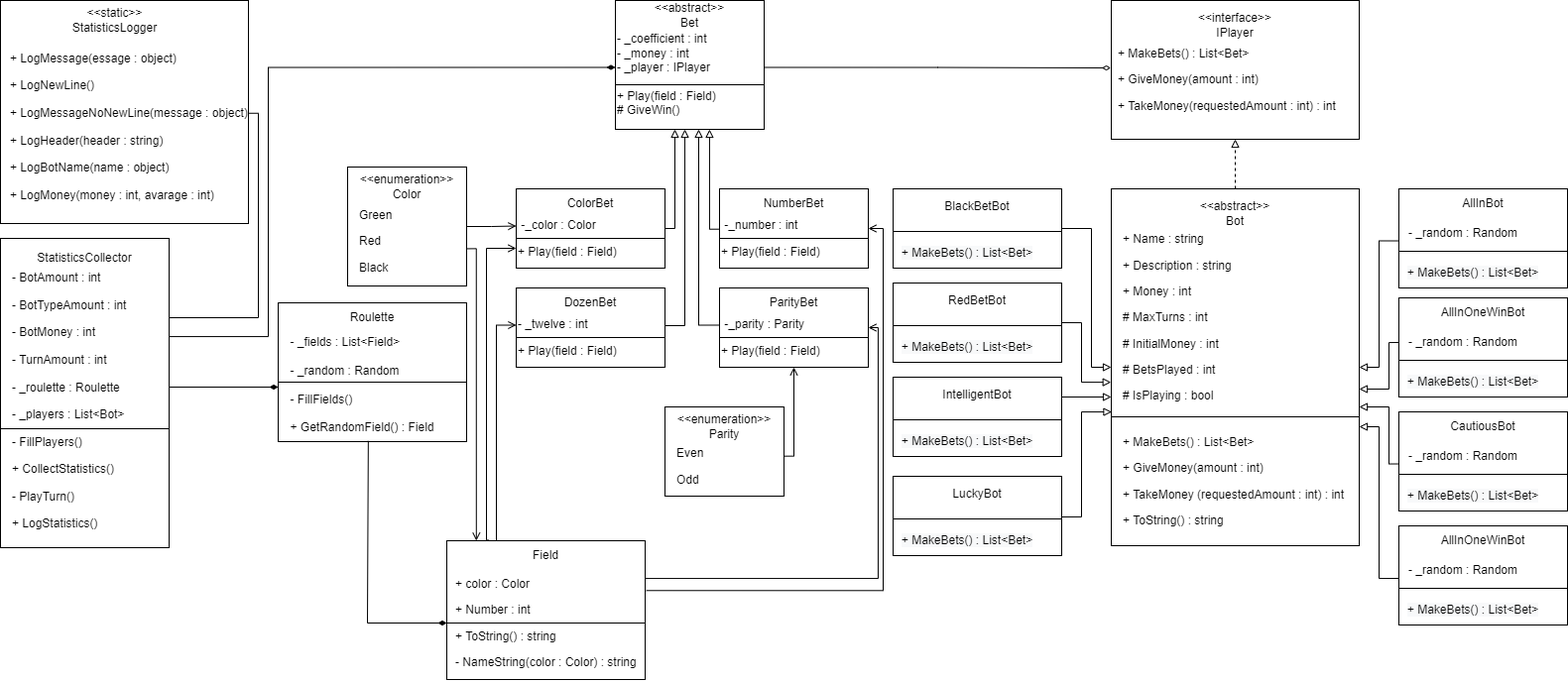
The draw.io diagram Arthur Alekseev/Term 2/Task 2.1/Roulette/Roulette Class Diagram.png in Stanislav-Sartasov/spsu-mm-se-programming, before a commit. Source tidied: cells renumbered, new cells last; positions are measured from the earlier drawing's top-left corner, leaving out a move shared by most shapes.
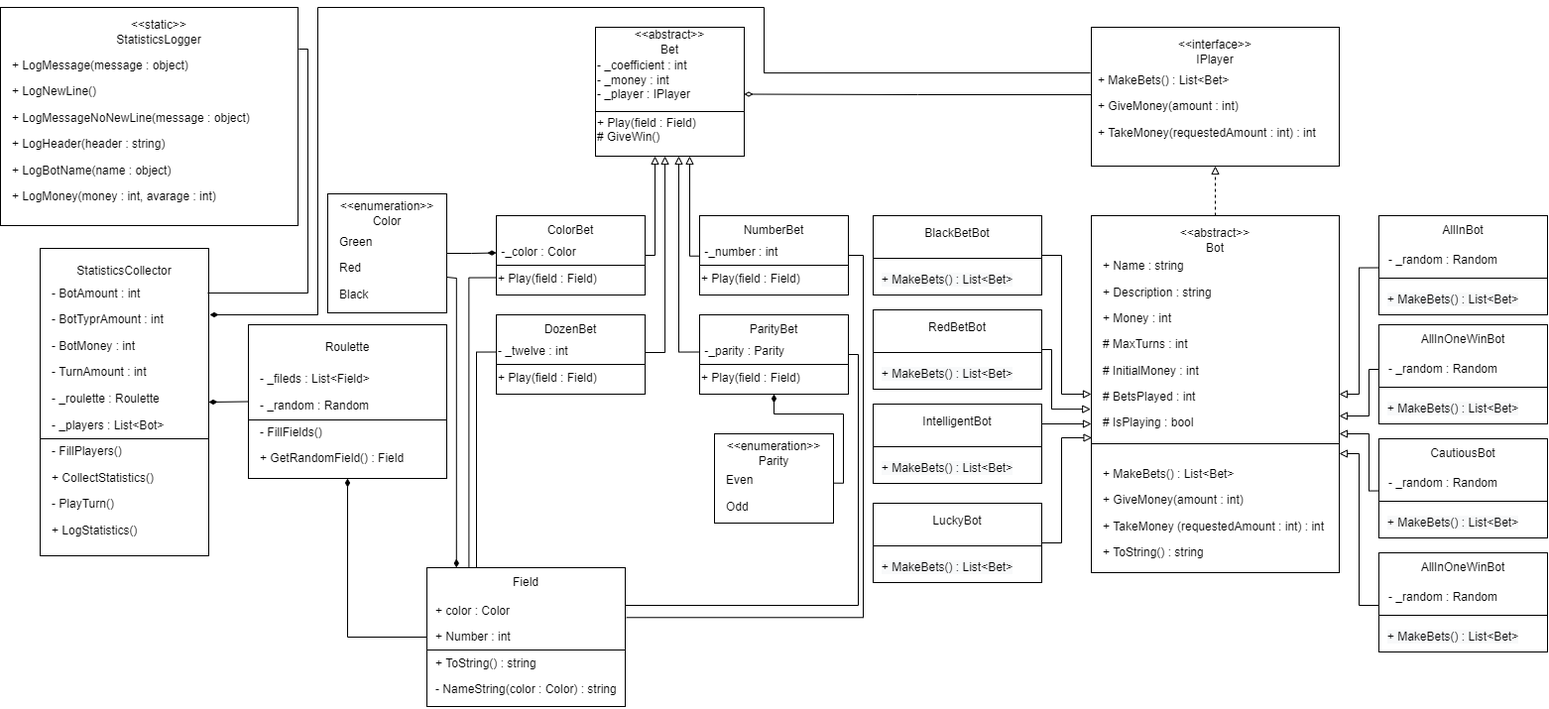
After the commit.

Commit message:
Changed class diagram

The edit, as a diff of the source:
```diff
@@ -23,3 +23,3 @@
     <mxCell id="8" value="&lt;p style=&quot;line-height: 1.2&quot;&gt;+ MakeBets() : List&amp;lt;Bet&amp;gt;&lt;/p&gt;&lt;p style=&quot;line-height: 1.2&quot;&gt;+ GiveMoney(amount : int)&lt;/p&gt;&lt;p style=&quot;line-height: 1.2&quot;&gt;+ TakeMoney (requestedAmount : int) : int&lt;/p&gt;&lt;p style=&quot;line-height: 1.2&quot;&gt;+ ToString() : string&lt;/p&gt;" style="text;html=1;strokeColor=none;fillColor=none;align=left;verticalAlign=middle;whiteSpace=wrap;rounded=0;" parent="1" vertex="1">
-      <mxGeometry x="1130" y="425" width="230" height="120" as="geometry" />
+      <mxGeometry x="1130" y="400" width="230" height="180" as="geometry" />
     </mxCell>
@@ -170,4 +170,4 @@
         <Array as="points">
-          <mxPoint x="1100" y="230" />
-          <mxPoint x="1100" y="370" />
+          <mxPoint x="1090" y="230" />
+          <mxPoint x="1090" y="370" />
         </Array>
@@ -175,7 +175,7 @@
     </mxCell>
-    <mxCell id="52" style="endArrow=block;html=1;rounded=0;exitX=1;exitY=0.5;exitDx=0;exitDy=0;entryX=-0.001;entryY=0.542;entryDx=0;entryDy=0;entryPerimeter=0;edgeStyle=orthogonalEdgeStyle;endFill=0;" parent="1" edge="1" source="39" target="5">
+    <mxCell id="52" style="endArrow=block;html=1;rounded=0;exitX=1;exitY=0.5;exitDx=0;exitDy=0;entryX=-0.003;entryY=0.542;entryDx=0;entryDy=0;entryPerimeter=0;edgeStyle=orthogonalEdgeStyle;endFill=0;" parent="1" edge="1" source="39" target="5">
       <mxGeometry relative="1" as="geometry">
         <Array as="points">
-          <mxPoint x="1090" y="325" />
-          <mxPoint x="1090" y="385" />
+          <mxPoint x="1080" y="325" />
+          <mxPoint x="1080" y="385" />
         </Array>
@@ -191,10 +191,8 @@
     </mxCell>
-    <mxCell id="54" style="endArrow=block;html=1;rounded=0;exitX=1;exitY=0.5;exitDx=0;exitDy=0;edgeStyle=orthogonalEdgeStyle;endFill=0;entryX=0.002;entryY=0.621;entryDx=0;entryDy=0;entryPerimeter=0;" parent="1" edge="1">
+    <mxCell id="54" style="endArrow=block;html=1;rounded=0;exitX=1;exitY=0.5;exitDx=0;exitDy=0;edgeStyle=orthogonalEdgeStyle;endFill=0;entryX=0.002;entryY=0.621;entryDx=0;entryDy=0;entryPerimeter=0;" parent="1" edge="1" source="47" target="5">
       <mxGeometry relative="1" as="geometry">
-        <mxPoint x="1070" y="521" as="sourcePoint" />
-        <mxPoint x="1120.5" y="414.6" as="targetPoint" />
         <Array as="points">
-          <mxPoint x="1090" y="521" />
-          <mxPoint x="1090" y="415" />
-          <mxPoint x="1121" y="415" />
+          <mxPoint x="1090" y="520" />
+          <mxPoint x="1090" y="414" />
+          <mxPoint x="1121" y="414" />
         </Array>
@@ -294,3 +292,3 @@
     </mxCell>
-    <mxCell id="79" style="endArrow=diamondThin;html=1;rounded=0;exitX=1;exitY=0.25;exitDx=0;exitDy=0;edgeStyle=orthogonalEdgeStyle;endFill=0;strokeColor=default;entryX=-0.002;entryY=0.486;entryDx=0;entryDy=0;entryPerimeter=0;" parent="1" edge="1" source="57" target="2">
+    <mxCell id="79" style="endArrow=diamondThin;html=1;rounded=0;exitX=-0.002;exitY=0.486;exitDx=0;exitDy=0;edgeStyle=orthogonalEdgeStyle;endFill=0;strokeColor=default;entryX=1;entryY=0.25;entryDx=0;entryDy=0;exitPerimeter=0;" parent="1" edge="1" source="2" target="57">
       <mxGeometry relative="1" as="geometry" />
@@ -307,14 +305,14 @@
     <mxCell id="83" style="rounded=0;whiteSpace=wrap;html=1;" parent="1" vertex="1">
-      <mxGeometry x="670" y="410" width="120" height="90" as="geometry" />
+      <mxGeometry x="740" y="410" width="120" height="90" as="geometry" />
     </mxCell>
     <mxCell id="84" value="&amp;lt;&amp;lt;enumeration&amp;gt;&amp;gt;&lt;br&gt;Parity" style="text;html=1;strokeColor=none;fillColor=none;align=center;verticalAlign=middle;whiteSpace=wrap;rounded=0;" parent="1" vertex="1">
-      <mxGeometry x="690" y="415" width="80" height="30" as="geometry" />
+      <mxGeometry x="760" y="415" width="80" height="30" as="geometry" />
     </mxCell>
     <mxCell id="85" value="&lt;p style=&quot;line-height: 1.2&quot;&gt;Even&lt;/p&gt;&lt;p style=&quot;line-height: 1.2&quot;&gt;Odd&lt;/p&gt;" style="text;html=1;strokeColor=none;fillColor=none;align=left;verticalAlign=middle;whiteSpace=wrap;rounded=0;" parent="1" vertex="1">
-      <mxGeometry x="680" y="455" width="100" height="30" as="geometry" />
+      <mxGeometry x="750" y="455" width="100" height="30" as="geometry" />
     </mxCell>
-    <mxCell id="86" style="endArrow=open;html=1;rounded=0;strokeColor=default;exitX=1;exitY=0.5;exitDx=0;exitDy=0;entryX=0;entryY=0.25;entryDx=0;entryDy=0;endFill=0;edgeStyle=orthogonalEdgeStyle;" parent="1" edge="1" source="80" target="60">
+    <mxCell id="86" style="endArrow=diamondThin;html=1;rounded=0;strokeColor=default;exitX=1;exitY=0.5;exitDx=0;exitDy=0;entryX=0;entryY=0.25;entryDx=0;entryDy=0;endFill=1;edgeStyle=orthogonalEdgeStyle;" parent="1" edge="1" source="80" target="60">
       <mxGeometry relative="1" as="geometry" />
     </mxCell>
-    <mxCell id="87" style="endArrow=open;html=1;rounded=0;strokeColor=default;exitX=0.997;exitY=0.552;exitDx=0;exitDy=0;exitPerimeter=0;entryX=0.5;entryY=1;entryDx=0;entryDy=0;edgeStyle=orthogonalEdgeStyle;endFill=0;" parent="1" edge="1" source="83" target="71">
+    <mxCell id="87" style="endArrow=diamondThin;html=1;rounded=0;strokeColor=default;exitX=0.997;exitY=0.552;exitDx=0;exitDy=0;exitPerimeter=0;entryX=0.5;entryY=1;entryDx=0;entryDy=0;edgeStyle=orthogonalEdgeStyle;endFill=1;" parent="1" edge="1" source="83" target="71">
       <mxGeometry relative="1" as="geometry" />
@@ -333,6 +331,7 @@
     </mxCell>
-    <mxCell id="92" style="endArrow=open;html=1;rounded=0;strokeColor=default;exitX=0.996;exitY=0.687;exitDx=0;exitDy=0;exitPerimeter=0;edgeStyle=orthogonalEdgeStyle;endFill=0;entryX=0.149;entryY=0;entryDx=0;entryDy=0;entryPerimeter=0;" parent="1" edge="1" source="80" target="88">
+    <mxCell id="92" style="endArrow=diamondThin;html=1;rounded=0;strokeColor=default;exitX=0.997;exitY=0.7;exitDx=0;exitDy=0;exitPerimeter=0;edgeStyle=orthogonalEdgeStyle;endFill=1;entryX=0.149;entryY=0;entryDx=0;entryDy=0;entryPerimeter=0;" parent="1" edge="1" source="80" target="88">
       <mxGeometry relative="1" as="geometry">
         <Array as="points">
-          <mxPoint x="480" y="250" />
+          <mxPoint x="470" y="253" />
+          <mxPoint x="480" y="253" />
         </Array>
@@ -340,16 +339,9 @@
     </mxCell>
-    <mxCell id="93" style="endArrow=open;html=1;rounded=0;strokeColor=default;exitX=0.212;exitY=-0.004;exitDx=0;exitDy=0;exitPerimeter=0;endFill=0;edgeStyle=orthogonalEdgeStyle;" parent="1" edge="1" source="88">
-      <mxGeometry relative="1" as="geometry">
-        <mxPoint x="520" y="250" as="targetPoint" />
-        <Array as="points">
-          <mxPoint x="490" y="544" />
-          <mxPoint x="490" y="250" />
-          <mxPoint x="520" y="250" />
-        </Array>
-      </mxGeometry>
+    <mxCell id="93" style="endArrow=none;html=1;rounded=0;strokeColor=default;entryX=0;entryY=0.75;entryDx=0;entryDy=0;exitX=0.212;exitY=-0.004;exitDx=0;exitDy=0;exitPerimeter=0;endFill=0;edgeStyle=orthogonalEdgeStyle;" parent="1" edge="1" source="88" target="60">
+      <mxGeometry relative="1" as="geometry" />
     </mxCell>
-    <mxCell id="94" style="endArrow=open;html=1;rounded=0;strokeColor=default;exitX=0.25;exitY=0;exitDx=0;exitDy=0;entryX=0;entryY=0.25;entryDx=0;entryDy=0;endFill=0;edgeStyle=orthogonalEdgeStyle;" parent="1" edge="1" source="88" target="64">
+    <mxCell id="94" style="endArrow=none;html=1;rounded=0;strokeColor=default;exitX=0.25;exitY=0;exitDx=0;exitDy=0;entryX=0;entryY=0.25;entryDx=0;entryDy=0;endFill=0;edgeStyle=orthogonalEdgeStyle;" parent="1" edge="1" source="88" target="64">
       <mxGeometry relative="1" as="geometry" />
     </mxCell>
-    <mxCell id="95" style="endArrow=open;html=1;rounded=0;strokeColor=default;entryX=1;entryY=0.5;entryDx=0;entryDy=0;exitX=1.006;exitY=0.359;exitDx=0;exitDy=0;exitPerimeter=0;edgeStyle=orthogonalEdgeStyle;endFill=0;" parent="1" edge="1" source="88" target="67">
+    <mxCell id="95" style="endArrow=none;html=1;rounded=0;strokeColor=default;entryX=1;entryY=0.5;entryDx=0;entryDy=0;exitX=1.006;exitY=0.359;exitDx=0;exitDy=0;exitPerimeter=0;edgeStyle=orthogonalEdgeStyle;endFill=0;" parent="1" edge="1" source="88" target="67">
       <mxGeometry relative="1" as="geometry">
@@ -361,3 +353,3 @@
     </mxCell>
-    <mxCell id="96" style="endArrow=open;html=1;rounded=0;strokeColor=default;entryX=1;entryY=0.5;entryDx=0;entryDy=0;edgeStyle=orthogonalEdgeStyle;endFill=0;exitX=1;exitY=0.25;exitDx=0;exitDy=0;" parent="1" edge="1" source="88" target="71">
+    <mxCell id="96" style="endArrow=none;html=1;rounded=0;strokeColor=default;entryX=1;entryY=0.5;entryDx=0;entryDy=0;edgeStyle=orthogonalEdgeStyle;endFill=0;exitX=1;exitY=0.25;exitDx=0;exitDy=0;" parent="1" edge="1" source="88" target="71">
       <mxGeometry relative="1" as="geometry">
@@ -370,70 +362,54 @@
     </mxCell>
-    <mxCell id="97" style="rounded=0;whiteSpace=wrap;html=1;" parent="1" vertex="1">
-      <mxGeometry x="280" y="305" width="190" height="140" as="geometry" />
-    </mxCell>
+    <mxCell id="112" style="rounded=0;whiteSpace=wrap;html=1;" parent="1" vertex="1">
+      <mxGeometry x="60" y="223" width="170" height="310" as="geometry" />
+    </mxCell>
+    <mxCell id="103" value="StatisticsCollector" style="text;html=1;strokeColor=none;fillColor=none;align=center;verticalAlign=middle;whiteSpace=wrap;rounded=0;" parent="1" vertex="1">
+      <mxGeometry x="115" y="231" width="60" height="30" as="geometry" />
+    </mxCell>
+    <mxCell id="113" value="&lt;p style=&quot;line-height: 1.21&quot;&gt;- BotAmount : int&lt;/p&gt;&lt;p style=&quot;line-height: 1.21&quot;&gt;- BotTyprAmount : int&lt;/p&gt;&lt;p style=&quot;line-height: 1.21&quot;&gt;- BotMoney : int&lt;/p&gt;&lt;p style=&quot;line-height: 1.21&quot;&gt;- TurnAmount : int&lt;/p&gt;&lt;p style=&quot;line-height: 1.21&quot;&gt;- _roulette : Roulette&lt;/p&gt;&lt;p style=&quot;line-height: 1.21&quot;&gt;- _players : List&amp;lt;Bot&amp;gt;&lt;/p&gt;&lt;p style=&quot;line-height: 1.21&quot;&gt;- FillPlayers()&lt;/p&gt;&lt;p style=&quot;line-height: 1.21&quot;&gt;+ CollectStatistics()&lt;/p&gt;&lt;p style=&quot;line-height: 1.21&quot;&gt;- PlayTurn()&lt;/p&gt;&lt;p style=&quot;line-height: 1.21&quot;&gt;+ LogStatistics()&lt;/p&gt;" style="text;html=1;strokeColor=none;fillColor=none;align=left;verticalAlign=middle;whiteSpace=wrap;rounded=0;" parent="1" vertex="1">
+      <mxGeometry x="70" y="273" width="150" height="230" as="geometry" />
+    </mxCell>
+    <mxCell id="114" style="shape=crossbar;whiteSpace=wrap;html=1;rounded=1;" parent="1" vertex="1">
+      <mxGeometry x="60" y="405" width="170" height="20" as="geometry" />
+    </mxCell>
+    <mxCell id="115" style="rounded=0;whiteSpace=wrap;html=1;" parent="1" vertex="1">
+      <mxGeometry x="270" y="300" width="200" height="155" as="geometry" />
+    </mxCell>
     <mxCell id="98" value="Roulette" style="text;html=1;strokeColor=none;fillColor=none;align=center;verticalAlign=middle;whiteSpace=wrap;rounded=0;" parent="1" vertex="1">
-      <mxGeometry x="345" y="305" width="60" height="30" as="geometry" />
+      <mxGeometry x="340" y="308" width="60" height="30" as="geometry" />
     </mxCell>
-    <mxCell id="99" value="&lt;p style=&quot;line-height: 1.2&quot;&gt;&lt;/p&gt;&lt;div style=&quot;text-align: left&quot;&gt;&lt;span&gt;- _fields : List&amp;lt;Field&amp;gt;&lt;/span&gt;&lt;/div&gt;&lt;div style=&quot;text-align: left&quot;&gt;&lt;span&gt;&lt;br&gt;&lt;/span&gt;&lt;/div&gt;&lt;div style=&quot;text-align: left&quot;&gt;&lt;span&gt;- _random : Random&lt;/span&gt;&lt;/div&gt;&lt;div style=&quot;text-align: left&quot;&gt;&lt;span&gt;&lt;br&gt;&lt;/span&gt;&lt;/div&gt;&lt;div style=&quot;text-align: left&quot;&gt;&lt;span&gt;- FillFields()&lt;/span&gt;&lt;/div&gt;&lt;div style=&quot;text-align: left&quot;&gt;&lt;span&gt;&lt;br&gt;&lt;/span&gt;&lt;/div&gt;&lt;div style=&quot;text-align: left&quot;&gt;&lt;span&gt;+ GetRandomField() : Field&lt;/span&gt;&lt;/div&gt;&lt;div style=&quot;text-align: left&quot;&gt;&lt;span&gt;&lt;br&gt;&lt;/span&gt;&lt;/div&gt;&lt;p&gt;&lt;/p&gt;" style="text;html=1;strokeColor=none;fillColor=none;align=center;verticalAlign=middle;whiteSpace=wrap;rounded=0;" parent="1" vertex="1">
-      <mxGeometry x="290" y="345" width="150" height="100" as="geometry" />
-    </mxCell>
-    <mxCell id="100" style="shape=crossbar;whiteSpace=wrap;html=1;rounded=1;" parent="1" vertex="1">
-      <mxGeometry x="280" y="375" width="190" height="20" as="geometry" />
-    </mxCell>
-    <mxCell id="101" style="endArrow=diamondThin;html=1;rounded=0;strokeColor=default;exitX=0.539;exitY=0.993;exitDx=0;exitDy=0;exitPerimeter=0;entryX=0;entryY=0.5;entryDx=0;entryDy=0;entryPerimeter=0;endFill=1;edgeStyle=elbowEdgeStyle;" parent="1" edge="1" source="99" target="91">
-      <mxGeometry relative="1" as="geometry">
-        <Array as="points">
-          <mxPoint x="370" y="540" />
-          <mxPoint x="310" y="560" />
-        </Array>
-      </mxGeometry>
-    </mxCell>
-    <mxCell id="102" style="rounded=0;whiteSpace=wrap;html=1;" parent="1" vertex="1">
-      <mxGeometry y="240" width="170" height="312" as="geometry" />
-    </mxCell>
-    <mxCell id="103" value="StatisticsCollector" style="text;html=1;strokeColor=none;fillColor=none;align=center;verticalAlign=middle;whiteSpace=wrap;rounded=0;" parent="1" vertex="1">
-      <mxGeometry x="55" y="245" width="60" height="30" as="geometry" />
-    </mxCell>
-    <mxCell id="104" value="&lt;p style=&quot;line-height: 1.3&quot;&gt;&lt;br&gt;- BotAmount : int&lt;/p&gt;&lt;p style=&quot;line-height: 1.3&quot;&gt;- BotTypeAmount : int&lt;/p&gt;&lt;p style=&quot;line-height: 1.3&quot;&gt;- BotMoney : int&lt;/p&gt;&lt;p style=&quot;line-height: 1.3&quot;&gt;- TurnAmount : int&lt;/p&gt;&lt;p style=&quot;line-height: 1.3&quot;&gt;- _roulette : Roulette&lt;/p&gt;&lt;p style=&quot;line-height: 1.3&quot;&gt;- _players : List&amp;lt;Bot&amp;gt;&lt;/p&gt;&lt;p style=&quot;line-height: 1.3&quot;&gt;- FillPlayers()&lt;/p&gt;&lt;p style=&quot;line-height: 1.3&quot;&gt;+ CollectStatistics()&lt;/p&gt;&lt;p style=&quot;line-height: 1.3&quot;&gt;- PlayTurn()&lt;/p&gt;&lt;p style=&quot;line-height: 1.3&quot;&gt;+ LogStatistics()&lt;/p&gt;&lt;p style=&quot;line-height: 1.2&quot;&gt;&lt;br&gt;&lt;/p&gt;" style="text;html=1;strokeColor=none;fillColor=none;align=left;verticalAlign=middle;whiteSpace=wrap;rounded=0;" parent="1" vertex="1">
-      <mxGeometry x="10" y="315" width="160" height="190" as="geometry" />
-    </mxCell>
-    <mxCell id="105" style="shape=crossbar;whiteSpace=wrap;html=1;rounded=1;" parent="1" vertex="1">
-      <mxGeometry y="422" width="170" height="20" as="geometry" />
-    </mxCell>
-    <mxCell id="106" style="rounded=0;whiteSpace=wrap;html=1;" parent="1" vertex="1">
-      <mxGeometry width="250" height="225" as="geometry" />
-    </mxCell>
+    <mxCell id="116" value="&lt;p style=&quot;line-height: 1.21&quot;&gt;- _fileds : List&amp;lt;Field&amp;gt;&lt;/p&gt;&lt;p style=&quot;line-height: 1.21&quot;&gt;- _random : Random&lt;/p&gt;&lt;p style=&quot;line-height: 1.21&quot;&gt;- FillFields()&lt;/p&gt;&lt;p style=&quot;line-height: 1.21&quot;&gt;+ GetRandomField() : Field&lt;/p&gt;" style="text;html=1;strokeColor=none;fillColor=none;align=left;verticalAlign=middle;whiteSpace=wrap;rounded=0;" parent="1" vertex="1">
+      <mxGeometry x="280" y="340" width="180" height="110" as="geometry" />
+    </mxCell>
+    <mxCell id="117" style="shape=crossbar;whiteSpace=wrap;html=1;rounded=1;" parent="1" vertex="1">
+      <mxGeometry x="270" y="386" width="200" height="20" as="geometry" />
+    </mxCell>
+    <mxCell id="118" style="rounded=0;whiteSpace=wrap;html=1;" parent="1" vertex="1">
+      <mxGeometry x="20" y="-20" width="300" height="220" as="geometry" />
+    </mxCell>
+    <mxCell id="119" value="&lt;p style=&quot;line-height: 1.21&quot;&gt;+ LogMessage(message : object)&lt;/p&gt;&lt;p style=&quot;line-height: 1.21&quot;&gt;+ LogNewLine()&lt;/p&gt;&lt;p style=&quot;line-height: 1.21&quot;&gt;+ LogMessageNoNewLine(message : object)&lt;/p&gt;&lt;p style=&quot;line-height: 1.21&quot;&gt;+ LogHeader(header : string)&lt;/p&gt;&lt;p style=&quot;line-height: 1.21&quot;&gt;+ LogBotName(name : object)&lt;/p&gt;&lt;p style=&quot;line-height: 1.21&quot;&gt;+ LogMoney(money : int, avarage : int)&lt;/p&gt;&lt;p style=&quot;line-height: 1.21&quot;&gt;&lt;br&gt;&lt;/p&gt;" style="text;html=1;strokeColor=none;fillColor=none;align=left;verticalAlign=middle;whiteSpace=wrap;rounded=0;" parent="1" vertex="1">
+      <mxGeometry x="30" y="45" width="280" height="145" as="geometry" />
+    </mxCell>
     <mxCell id="107" value="&amp;lt;&amp;lt;static&amp;gt;&amp;gt;&lt;br&gt;StatisticsLogger" style="text;html=1;strokeColor=none;fillColor=none;align=center;verticalAlign=middle;whiteSpace=wrap;rounded=0;" parent="1" vertex="1">
-      <mxGeometry x="30" width="171" height="40" as="geometry" />
+      <mxGeometry x="70" y="-10" width="220" height="30" as="geometry" />
     </mxCell>
-    <mxCell id="108" value="&lt;p style=&quot;line-height: 1.3&quot;&gt;&lt;span&gt;+ LogMessage(essage : object)&lt;/span&gt;&lt;br&gt;&lt;/p&gt;&lt;p style=&quot;line-height: 1.3&quot;&gt;&lt;span&gt;+ LogNewLine()&lt;/span&gt;&lt;/p&gt;&lt;p style=&quot;line-height: 1.3&quot;&gt;&lt;span&gt;+ LogMessageNoNewLine(message : object)&lt;/span&gt;&lt;/p&gt;&lt;p style=&quot;line-height: 1.3&quot;&gt;&lt;span&gt;+ LogHeader(header : string)&lt;/span&gt;&lt;/p&gt;&lt;p style=&quot;line-height: 1.3&quot;&gt;&lt;span&gt;+ LogBotName(name : object)&lt;/span&gt;&lt;/p&gt;&lt;p style=&quot;line-height: 1.3&quot;&gt;&lt;span&gt;+ LogMoney(money : int, avarage : int)&lt;/span&gt;&lt;/p&gt;" style="text;html=1;strokeColor=none;fillColor=none;align=left;verticalAlign=middle;whiteSpace=wrap;rounded=0;" parent="1" vertex="1">
-      <mxGeometry x="8" y="100" width="242" height="55" as="geometry" />
-    </mxCell>
-    <mxCell id="109" style="endArrow=none;html=1;rounded=0;strokeColor=default;entryX=1;entryY=0.25;entryDx=0;entryDy=0;edgeStyle=orthogonalEdgeStyle;endFill=0;" parent="1" edge="1" target="108">
-      <mxGeometry relative="1" as="geometry">
-        <mxPoint x="170" y="320" as="sourcePoint" />
-        <Array as="points">
-          <mxPoint x="169" y="320" />
-          <mxPoint x="260" y="320" />
-          <mxPoint x="260" y="114" />
-        </Array>
-      </mxGeometry>
-    </mxCell>
-    <mxCell id="110" style="endArrow=diamondThin;html=1;rounded=0;strokeColor=default;exitX=1;exitY=0.75;exitDx=0;exitDy=0;edgeStyle=orthogonalEdgeStyle;endFill=1;" parent="1" edge="1" source="104">
-      <mxGeometry relative="1" as="geometry">
-        <mxPoint x="280" y="390" as="targetPoint" />
-        <Array as="points">
-          <mxPoint x="170" y="390" />
-          <mxPoint x="280" y="390" />
-        </Array>
-      </mxGeometry>
-    </mxCell>
-    <mxCell id="111" style="endArrow=diamondThin;html=1;rounded=0;strokeColor=default;exitX=1;exitY=0.5;exitDx=0;exitDy=0;entryX=0;entryY=0.25;entryDx=0;entryDy=0;edgeStyle=orthogonalEdgeStyle;endFill=1;" parent="1" edge="1" source="104" target="57">
-      <mxGeometry relative="1" as="geometry">
-        <Array as="points">
-          <mxPoint x="270" y="339" />
-          <mxPoint x="270" y="68" />
-        </Array>
-      </mxGeometry>
-    </mxCell>
+    <mxCell id="120" style="endArrow=diamondThin;html=1;rounded=0;exitX=0;exitY=0.5;exitDx=0;exitDy=0;entryX=1;entryY=0.5;entryDx=0;entryDy=0;endFill=1;" parent="1" edge="1" source="115" target="112">
+      <mxGeometry relative="1" as="geometry" />
+    </mxCell>
+    <mxCell id="121" style="endArrow=none;html=1;rounded=0;exitX=1.003;exitY=0.191;exitDx=0;exitDy=0;exitPerimeter=0;entryX=0.994;entryY=0.145;entryDx=0;entryDy=0;edgeStyle=orthogonalEdgeStyle;entryPerimeter=0;endFill=0;" parent="1" edge="1" source="118" target="112">
+      <mxGeometry relative="1" as="geometry" />
+    </mxCell>
+    <mxCell id="122" style="endArrow=diamondThin;html=1;rounded=0;exitX=0;exitY=0.5;exitDx=0;exitDy=0;entryX=0.5;entryY=1;entryDx=0;entryDy=0;endFill=1;edgeStyle=orthogonalEdgeStyle;" parent="1" edge="1" source="88" target="115">
+      <mxGeometry relative="1" as="geometry" />
+    </mxCell>
+    <mxCell id="123" style="endArrow=diamondThin;html=1;rounded=0;exitX=-0.004;exitY=0.329;exitDx=0;exitDy=0;exitPerimeter=0;entryX=1.006;entryY=0.216;entryDx=0;entryDy=0;entryPerimeter=0;endFill=1;edgeStyle=orthogonalEdgeStyle;" parent="1" edge="1" source="2" target="112">
+      <mxGeometry relative="1" as="geometry">
+        <Array as="points">
+          <mxPoint x="790" y="46" />
+          <mxPoint x="790" y="-20" />
+          <mxPoint x="340" y="-20" />
+          <mxPoint x="340" y="290" />
+        </Array>
+      </mxGeometry>
+    </mxCell>
   </root>
```
